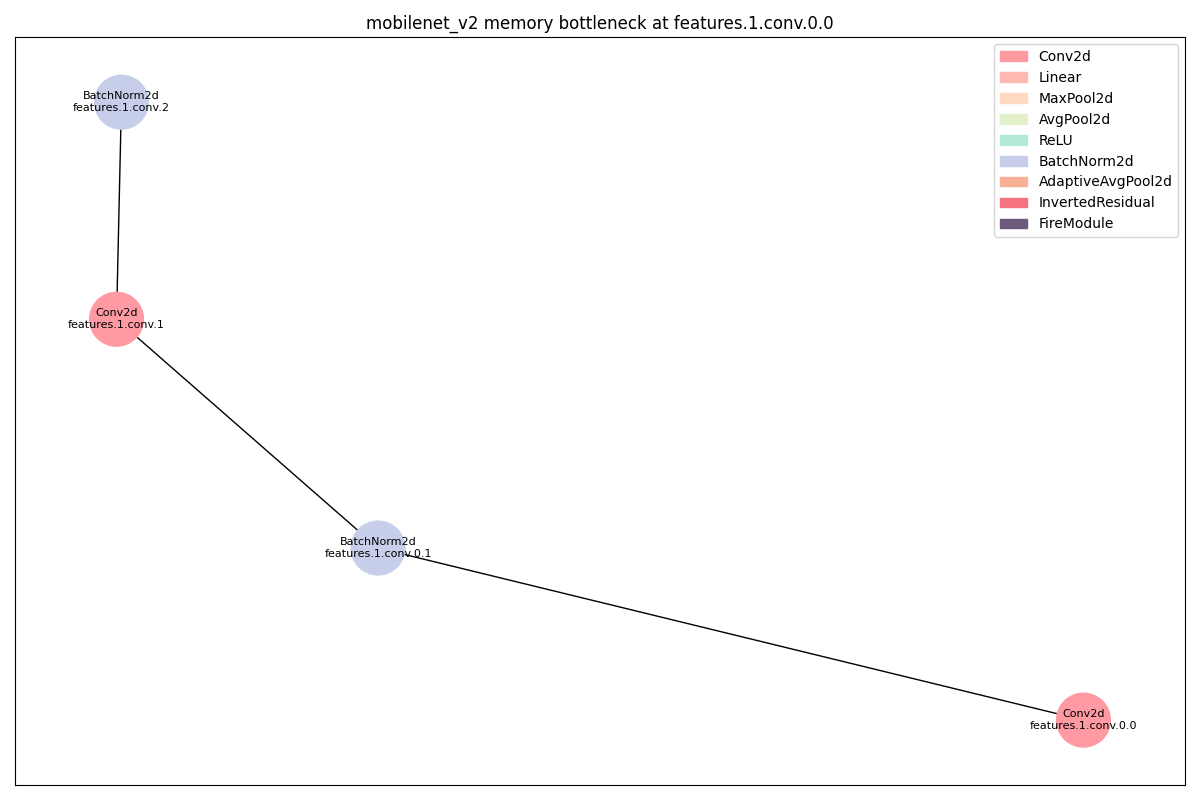
The Graphviz diagram dags/mobilenet_v2_memory_features_1_conv_0_0_op.png in 11222-Meng/DNN_Bottlen_Layer_Analysis, before a commit. Its source is kept beside it as dags/mobilenet_v2_memory_features_1_conv_0_0_op.dot. Source of this version:
```dot
strict digraph "" {
	Conv2d_0	[color="#FF9AA2",
		layer_name="features.1.conv.0.0",
		params=288,
		type=Conv2d];
	BatchNorm2d_0	[color="#C7CEEA",
		layer_name="features.1.conv.0.1",
		params=64,
		type=BatchNorm2d];
	Conv2d_0 -> BatchNorm2d_0;
	Conv2d_1	[color="#FF9AA2",
		layer_name="features.1.conv.1",
		params=512,
		type=Conv2d];
	BatchNorm2d_0 -> Conv2d_1;
	BatchNorm2d_1	[color="#C7CEEA",
		layer_name="features.1.conv.2",
		params=32,
		type=BatchNorm2d];
	Conv2d_1 -> BatchNorm2d_1;
}
```
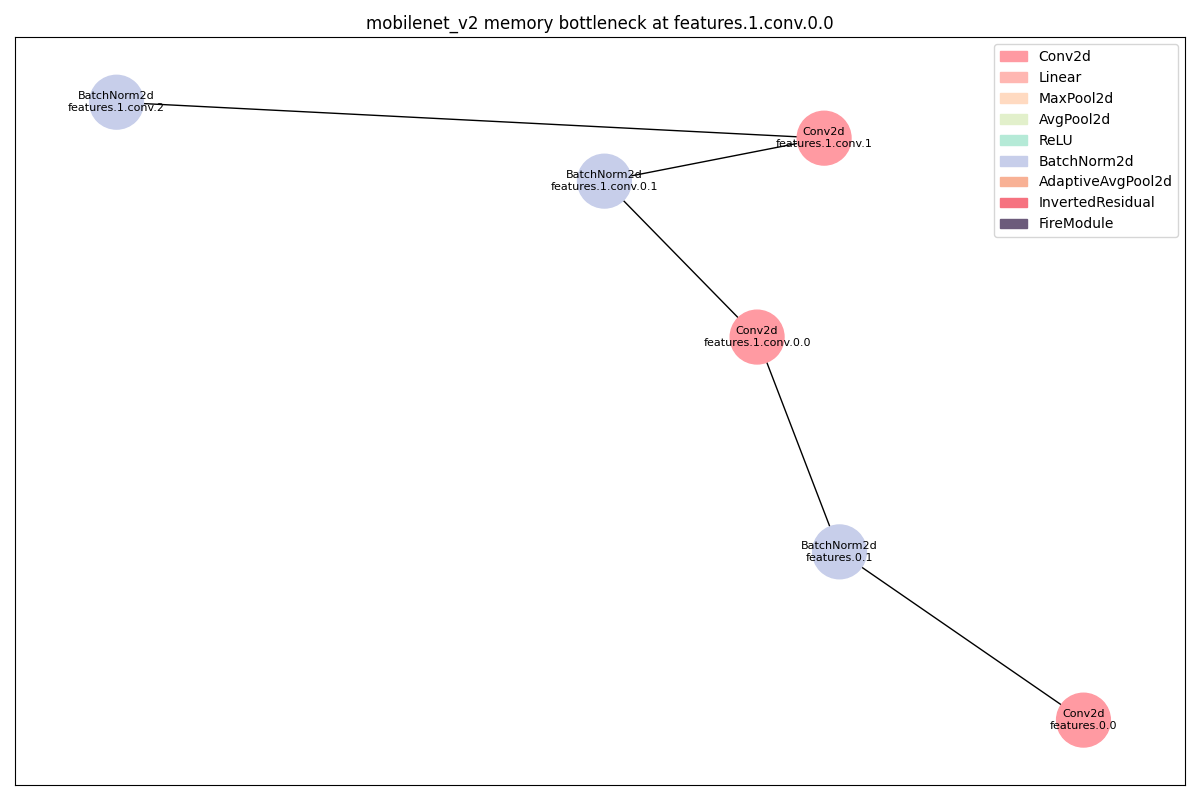
After the change.

Diff of the diagram source:
```diff
@@ -1,21 +1,31 @@
 strict digraph "" {
 	Conv2d_0	[color="#FF9AA2",
-		layer_name="features.1.conv.0.0",
-		params=288,
+		layer_name="features.0.0",
+		params=864,
 		type=Conv2d];
 	BatchNorm2d_0	[color="#C7CEEA",
-		layer_name="features.1.conv.0.1",
+		layer_name="features.0.1",
 		params=64,
 		type=BatchNorm2d];
 	Conv2d_0 -> BatchNorm2d_0;
 	Conv2d_1	[color="#FF9AA2",
+		layer_name="features.1.conv.0.0",
+		params=288,
+		type=Conv2d];
+	BatchNorm2d_0 -> Conv2d_1;
+	BatchNorm2d_1	[color="#C7CEEA",
+		layer_name="features.1.conv.0.1",
+		params=64,
+		type=BatchNorm2d];
+	Conv2d_1 -> BatchNorm2d_1;
+	Conv2d_2	[color="#FF9AA2",
 		layer_name="features.1.conv.1",
 		params=512,
 		type=Conv2d];
-	BatchNorm2d_0 -> Conv2d_1;
-	BatchNorm2d_1	[color="#C7CEEA",
+	BatchNorm2d_1 -> Conv2d_2;
+	BatchNorm2d_2	[color="#C7CEEA",
 		layer_name="features.1.conv.2",
 		params=32,
 		type=BatchNorm2d];
-	Conv2d_1 -> BatchNorm2d_1;
+	Conv2d_2 -> BatchNorm2d_2;
 }
```
